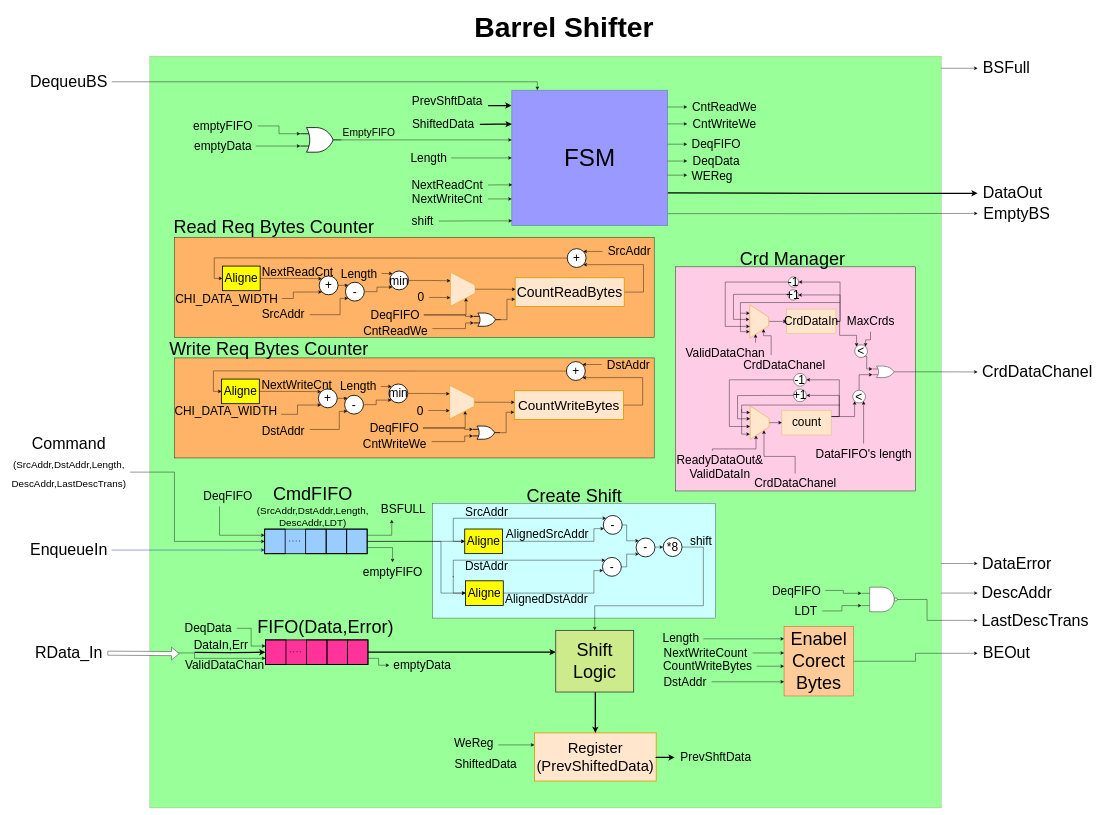
Earlier version of the draw.io diagram page "Σελίδα-1" (1 of 6) of chi-Doc-Draw/DMA/Drawings/barrelShifter.drawio (akourkoulos/Chi-DMA). Source tidied: cells renumbered, new cells numbered last; positions are measured from the earlier drawing's top-left corner, leaving out a move shared by most shapes. Both pictures are drawn from the tidied source at 41%, with x=0, y=0 at pixel (7, 7).
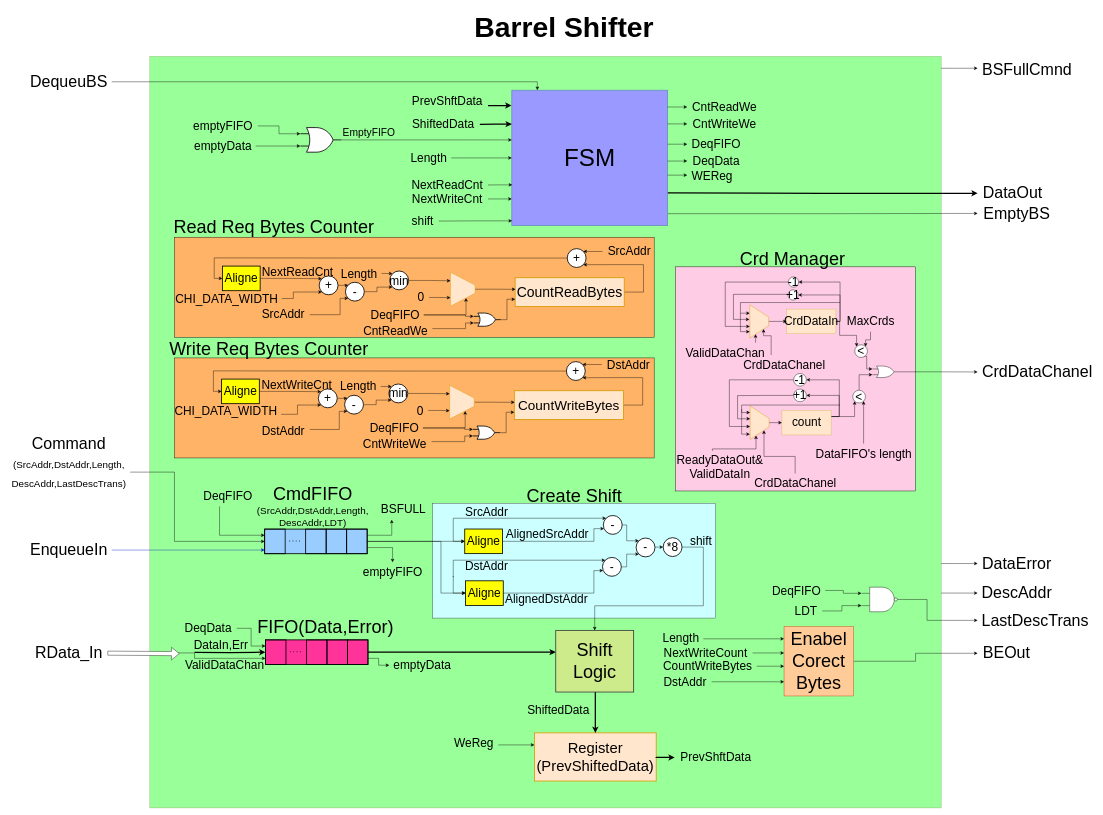
Above is the later version.

What changed in the source:
```diff
@@
     <mxCell id="30" value="ShiftedData" style="text;html=1;align=center;verticalAlign=middle;strokeColor=none;fillColor=none;fontSize=29;fontColor=#000000;" parent="1" vertex="1">
-      <mxGeometry x="1076.9" y="1820" width="180" height="50" as="geometry" />
+      <mxGeometry x="1254" y="1690" width="180" height="50" as="geometry" />
     </mxCell>
@@
-    <mxCell id="123" value="BSFull" style="text;html=1;align=center;verticalAlign=middle;points=[];strokeColor=none;fillColor=none;fontSize=39;fontColor=#000000;" parent="1" vertex="1">
-      <mxGeometry x="2367" y="119" width="140" height="60" as="geometry" />
+    <mxCell id="123" value="BSFullCmnd" style="text;html=1;align=center;verticalAlign=middle;points=[];strokeColor=none;fillColor=none;fontSize=39;fontColor=#000000;" parent="1" vertex="1">
+      <mxGeometry x="2367" y="123" width="240" height="60" as="geometry" />
     </mxCell>
```
